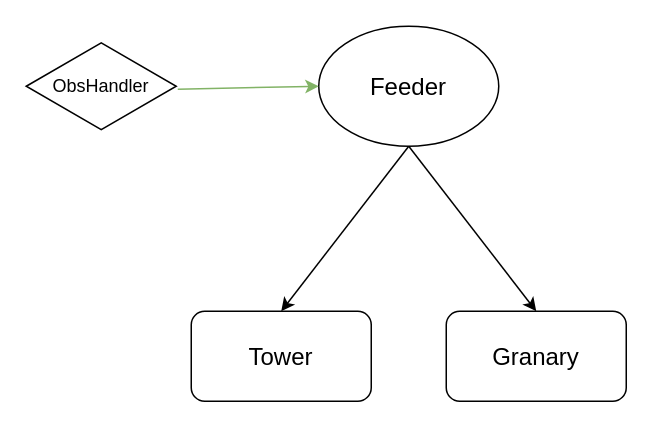
Before: tools/class_desc.drawio in wangjunZeroZeroSeven/ZmqQueue, a draw.io diagram. Source tidied: cells renumbered, new cells numbered last; positions are measured from the earlier drawing's top-left corner, leaving out a move shared by most shapes. Both pictures are drawn from the tidied source at 150%, with x=0, y=0 at pixel (26, 26).
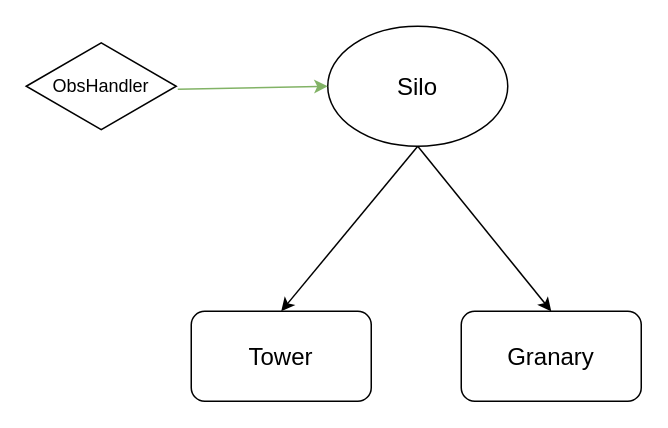
The same diagram, later.

The edit, as a diff of the source:
```diff
@@
 <mxGraphModel>
   <root>
     <mxCell id="0" />
     <mxCell id="1" parent="0" />
     <mxCell id="2" value="&lt;font style=&quot;font-size: 16px;&quot;&gt;Tower&lt;/font&gt;" style="rounded=1;whiteSpace=wrap;html=1;" parent="1" vertex="1">
       <mxGeometry x="110" y="190" width="120" height="60" as="geometry" />
     </mxCell>
     <mxCell id="3" value="&lt;font style=&quot;font-size: 16px;&quot;&gt;Granary&lt;/font&gt;" style="rounded=1;whiteSpace=wrap;html=1;" parent="1" vertex="1">
-      <mxGeometry x="280" y="190" width="120" height="60" as="geometry" />
+      <mxGeometry x="290" y="190" width="120" height="60" as="geometry" />
     </mxCell>
-    <mxCell id="4" value="&lt;font style=&quot;font-size: 16px;&quot;&gt;Feeder&lt;/font&gt;" style="ellipse;whiteSpace=wrap;html=1;" parent="1" vertex="1">
-      <mxGeometry x="195" width="120" height="80" as="geometry" />
+    <mxCell id="4" value="&lt;font style=&quot;font-size: 16px;&quot;&gt;Silo&lt;/font&gt;" style="ellipse;whiteSpace=wrap;html=1;" parent="1" vertex="1">
+      <mxGeometry x="201" width="120" height="80" as="geometry" />
     </mxCell>
     <mxCell id="5" style="endArrow=classic;html=1;rounded=0;exitX=0.5;exitY=1;exitDx=0;exitDy=0;entryX=0.5;entryY=0;entryDx=0;entryDy=0;" parent="1" edge="1" source="4" target="2">
       <mxGeometry relative="1" as="geometry" />
     </mxCell>
     <mxCell id="6" style="endArrow=classic;html=1;rounded=0;exitX=0.5;exitY=1;exitDx=0;exitDy=0;entryX=0.5;entryY=0;entryDx=0;entryDy=0;" parent="1" edge="1" source="4" target="3">
       <mxGeometry relative="1" as="geometry" />
     </mxCell>
     <mxCell id="7" value="ObsHandler" style="html=1;whiteSpace=wrap;shape=isoRectangle;" parent="1" vertex="1">
       <mxGeometry y="10" width="100" height="60" as="geometry" />
     </mxCell>
     <mxCell id="8" style="endArrow=classic;html=1;rounded=0;exitX=1.01;exitY=0.533;exitDx=0;exitDy=0;exitPerimeter=0;entryX=0;entryY=0.5;entryDx=0;entryDy=0;fillColor=#d5e8d4;gradientColor=#97d077;strokeColor=#82b366;" parent="1" edge="1" source="7" target="4">
       <mxGeometry relative="1" as="geometry" />
     </mxCell>
   </root>
 </mxGraphModel>
```
